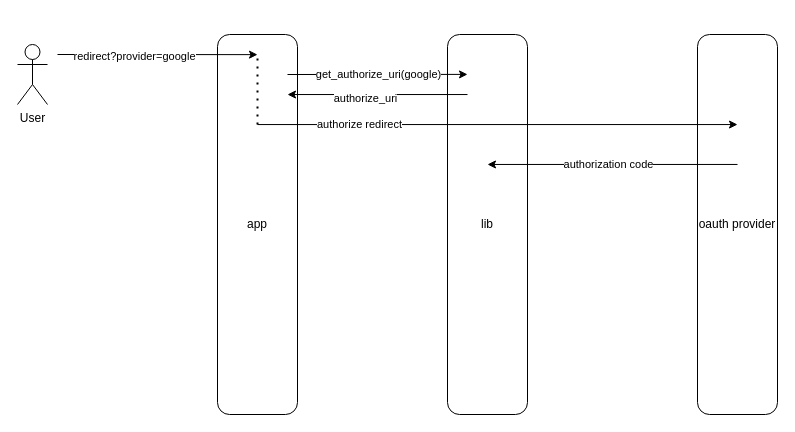
Above: Диаграмма без названия.drawio in slistov/scope (draw.io), before the change. Source tidied: cells renumbered, new cells numbered last; positions are measured from the earlier drawing's top-left corner, leaving out a move shared by most shapes. Both pictures are drawn from the tidied source at 100%, with x=0, y=0 at pixel (17, 34).
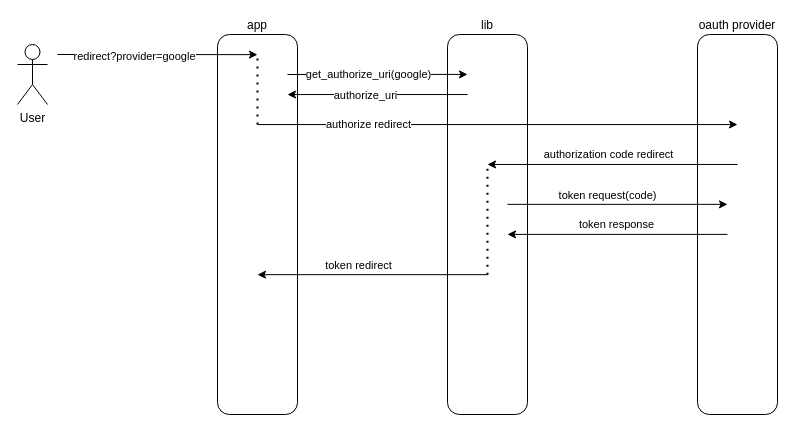
The same page after the edit.

The change refers to these unchanged cells:
```xml
<mxCell id="8" style="endArrow=classic;html=1;rounded=0;entryX=0.25;entryY=0.105;entryDx=0;entryDy=0;entryPerimeter=0;" parent="1" edge="1" target="3">
  <mxGeometry relative="1" as="geometry">
    <mxPoint x="270" y="40" as="sourcePoint" />
  </mxGeometry>
</mxCell>
<mxCell id="10" style="endArrow=classic;html=1;rounded=0;entryX=0.875;entryY=0.158;entryDx=0;entryDy=0;entryPerimeter=0;exitX=0.25;exitY=0.158;exitDx=0;exitDy=0;exitPerimeter=0;" parent="1" edge="1" source="3" target="2">
  <mxGeometry relative="1" as="geometry" />
</mxCell>
<mxCell id="12" style="endArrow=classic;html=1;rounded=0;exitX=0.5;exitY=0.237;exitDx=0;exitDy=0;exitPerimeter=0;entryX=0.5;entryY=0.237;entryDx=0;entryDy=0;entryPerimeter=0;" parent="1" edge="1" source="2" target="4">
  <mxGeometry relative="1" as="geometry" />
</mxCell>
<mxCell id="15" style="endArrow=classic;html=1;rounded=0;entryX=0.5;entryY=0.342;entryDx=0;entryDy=0;entryPerimeter=0;exitX=0.5;exitY=0.342;exitDx=0;exitDy=0;exitPerimeter=0;" parent="1" edge="1" source="4" target="3">
  <mxGeometry relative="1" as="geometry" />
</mxCell>
```

Change to the diagram source:
```diff
@@
-    <mxCell id="2" value="app&lt;br&gt;" style="rounded=1;whiteSpace=wrap;html=1;" parent="1" vertex="1">
+    <mxCell id="2" value="app&lt;br&gt;" style="rounded=1;whiteSpace=wrap;html=1;verticalAlign=bottom;labelPosition=center;verticalLabelPosition=top;align=center;" parent="1" vertex="1">
       <mxGeometry x="200" width="80" height="380" as="geometry" />
     </mxCell>
-    <mxCell id="3" value="lib" style="rounded=1;whiteSpace=wrap;html=1;" parent="1" vertex="1">
+    <mxCell id="3" value="lib" style="rounded=1;whiteSpace=wrap;html=1;verticalAlign=bottom;labelPosition=center;verticalLabelPosition=top;align=center;" parent="1" vertex="1">
       <mxGeometry x="430" width="80" height="380" as="geometry" />
     </mxCell>
-    <mxCell id="4" value="oauth provider&lt;br&gt;" style="rounded=1;whiteSpace=wrap;html=1;" parent="1" vertex="1">
+    <mxCell id="4" value="oauth provider&lt;br&gt;" style="rounded=1;whiteSpace=wrap;html=1;verticalAlign=bottom;labelPosition=center;verticalLabelPosition=top;align=center;" parent="1" vertex="1">
       <mxGeometry x="680" width="80" height="380" as="geometry" />
     </mxCell>
@@
     <mxCell id="9" value="get_authorize_uri(google)" style="edgeLabel;html=1;align=center;verticalAlign=middle;" parent="8" vertex="1">
       <mxGeometry x="-0.4" y="-1" relative="1" as="geometry">
-        <mxPoint x="36" y="-1" as="offset" />
+        <mxPoint x="26" y="-1" as="offset" />
       </mxGeometry>
     </mxCell>
@@
     <mxCell id="11" value="authorize_uri" style="edgeLabel;html=1;align=center;verticalAlign=middle;" parent="10" vertex="1">
-      <mxGeometry x="0.15" y="3" relative="1" as="geometry" />
+      <mxGeometry x="0.15" y="3" relative="1" as="geometry">
+        <mxPoint y="-3" as="offset" />
+      </mxGeometry>
     </mxCell>
@@
     <mxCell id="13" value="authorize redirect" style="edgeLabel;html=1;align=center;verticalAlign=middle;" parent="12" vertex="1">
-      <mxGeometry x="-0.58" y="1" relative="1" as="geometry" />
+      <mxGeometry x="-0.58" y="1" relative="1" as="geometry">
+        <mxPoint x="9" as="offset" />
+      </mxGeometry>
     </mxCell>
@@
-    <mxCell id="16" value="authorization code" style="edgeLabel;html=1;align=center;verticalAlign=middle;" parent="15" vertex="1">
+    <mxCell id="16" value="authorization code redirect" style="edgeLabel;html=1;align=center;verticalAlign=middle;" parent="15" vertex="1">
       <mxGeometry x="0.27" relative="1" as="geometry">
-        <mxPoint x="29" as="offset" />
+        <mxPoint x="29" y="-10" as="offset" />
       </mxGeometry>
     </mxCell>
+    <mxCell id="17" style="endArrow=classic;html=1;rounded=0;entryX=0.375;entryY=0.447;entryDx=0;entryDy=0;entryPerimeter=0;exitX=0.75;exitY=0.447;exitDx=0;exitDy=0;exitPerimeter=0;" parent="1" edge="1" source="3" target="4">
+      <mxGeometry relative="1" as="geometry" />
+    </mxCell>
+    <mxCell id="18" value="token request(code)" style="edgeLabel;html=1;align=center;verticalAlign=middle;" parent="17" vertex="1">
+      <mxGeometry x="-0.1" y="-1" relative="1" as="geometry">
+        <mxPoint y="-10" as="offset" />
+      </mxGeometry>
+    </mxCell>
+    <mxCell id="19" style="endArrow=classic;html=1;rounded=0;exitX=0.375;exitY=0.526;exitDx=0;exitDy=0;exitPerimeter=0;entryX=0.75;entryY=0.526;entryDx=0;entryDy=0;entryPerimeter=0;" parent="1" edge="1" source="4" target="3">
+      <mxGeometry relative="1" as="geometry" />
+    </mxCell>
+    <mxCell id="20" value="token response" style="edgeLabel;html=1;align=center;verticalAlign=middle;" parent="19" vertex="1">
+      <mxGeometry x="0.14" y="1" relative="1" as="geometry">
+        <mxPoint x="13" y="-11" as="offset" />
+      </mxGeometry>
+    </mxCell>
+    <mxCell id="21" style="endArrow=classic;html=1;rounded=0;entryX=0.5;entryY=0.632;entryDx=0;entryDy=0;entryPerimeter=0;exitX=0.5;exitY=0.632;exitDx=0;exitDy=0;exitPerimeter=0;" parent="1" edge="1" source="3" target="2">
+      <mxGeometry relative="1" as="geometry" />
+    </mxCell>
+    <mxCell id="22" value="token redirect" style="edgeLabel;html=1;align=center;verticalAlign=middle;" parent="21" vertex="1">
+      <mxGeometry x="0.13" y="3" relative="1" as="geometry">
+        <mxPoint y="-13" as="offset" />
+      </mxGeometry>
+    </mxCell>
+    <mxCell id="23" style="endArrow=none;dashed=1;html=1;dashPattern=1 3;strokeWidth=2;rounded=0;entryX=0.5;entryY=0.342;entryDx=0;entryDy=0;entryPerimeter=0;exitX=0.5;exitY=0.632;exitDx=0;exitDy=0;exitPerimeter=0;" parent="1" edge="1" source="3" target="3">
+      <mxGeometry relative="1" as="geometry" />
+    </mxCell>
```
